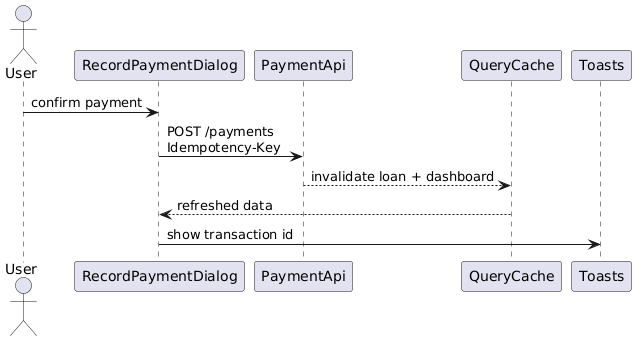
Above: docs/detailed-designs/diagrams/rendered/fe_seq_record_payment.png in QuinntyneBrown/LendQ (PlantUML), before the change. Its diagram source:
```plantuml
@startuml
actor User
participant RecordPaymentDialog
participant PaymentApi
participant QueryCache
participant Toasts

User -> RecordPaymentDialog : confirm payment
RecordPaymentDialog -> PaymentApi : POST /payments\nIdempotency-Key
PaymentApi --> QueryCache : invalidate loan + dashboard
QueryCache --> RecordPaymentDialog : refreshed data
RecordPaymentDialog -> Toasts : show transaction id
@enduml
```
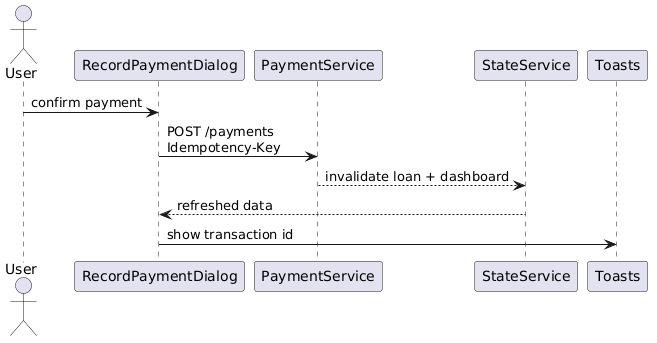
The same file after the commit.

Change to the diagram source:
```diff
@@ -1,13 +1,13 @@
 @startuml
 actor User
 participant RecordPaymentDialog
-participant PaymentApi
-participant QueryCache
+participant PaymentService
+participant StateService
 participant Toasts
 
 User -> RecordPaymentDialog : confirm payment
-RecordPaymentDialog -> PaymentApi : POST /payments\nIdempotency-Key
-PaymentApi --> QueryCache : invalidate loan + dashboard
-QueryCache --> RecordPaymentDialog : refreshed data
+RecordPaymentDialog -> PaymentService : POST /payments\nIdempotency-Key
+PaymentService --> StateService : invalidate loan + dashboard
+StateService --> RecordPaymentDialog : refreshed data
 RecordPaymentDialog -> Toasts : show transaction id
 @enduml
```
